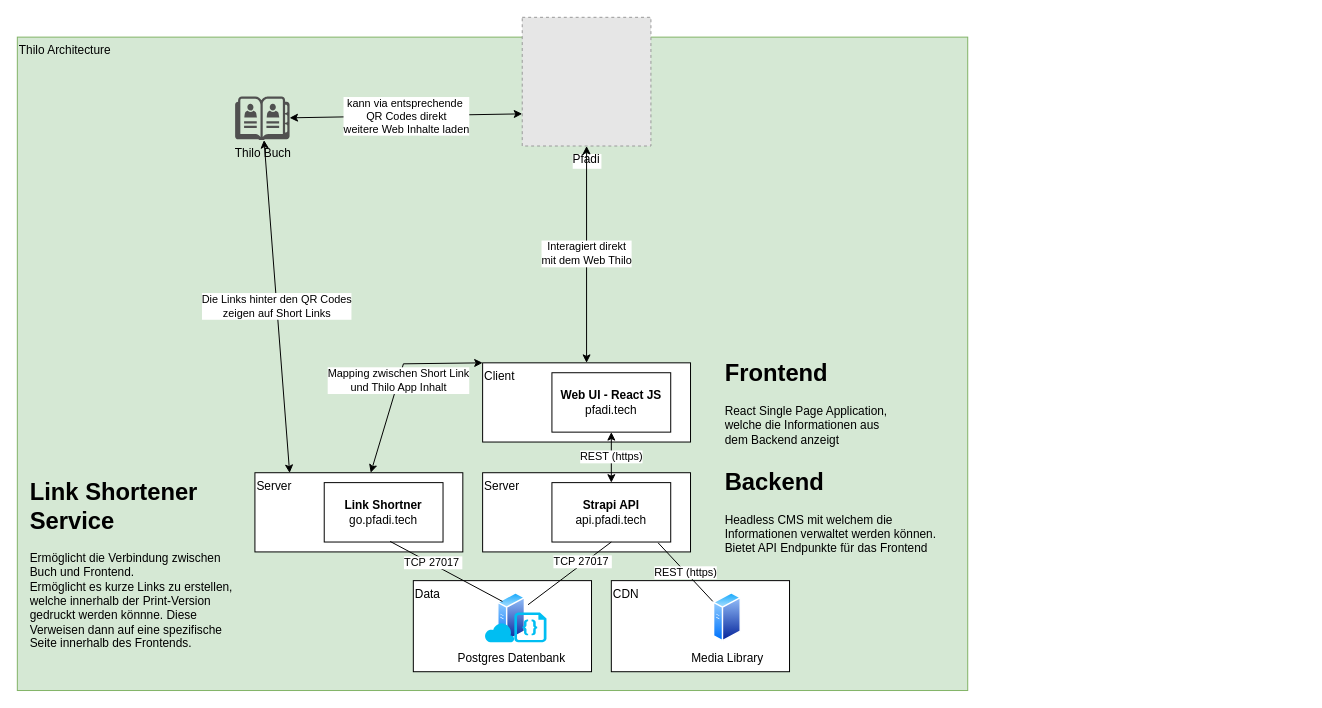
The draw.io diagram documentation/architecture.drawio in scout-ch/thilo, before the edit. Source tidied: cells renumbered, new cells numbered last; positions are measured from the earlier drawing's top-left corner, leaving out a move shared by most shapes. Both pictures are drawn from the tidied source at 99%, with x=0, y=0 at pixel (17, 17). Pictures stored in the file or linked from it are replaced by grey dashed boxes.
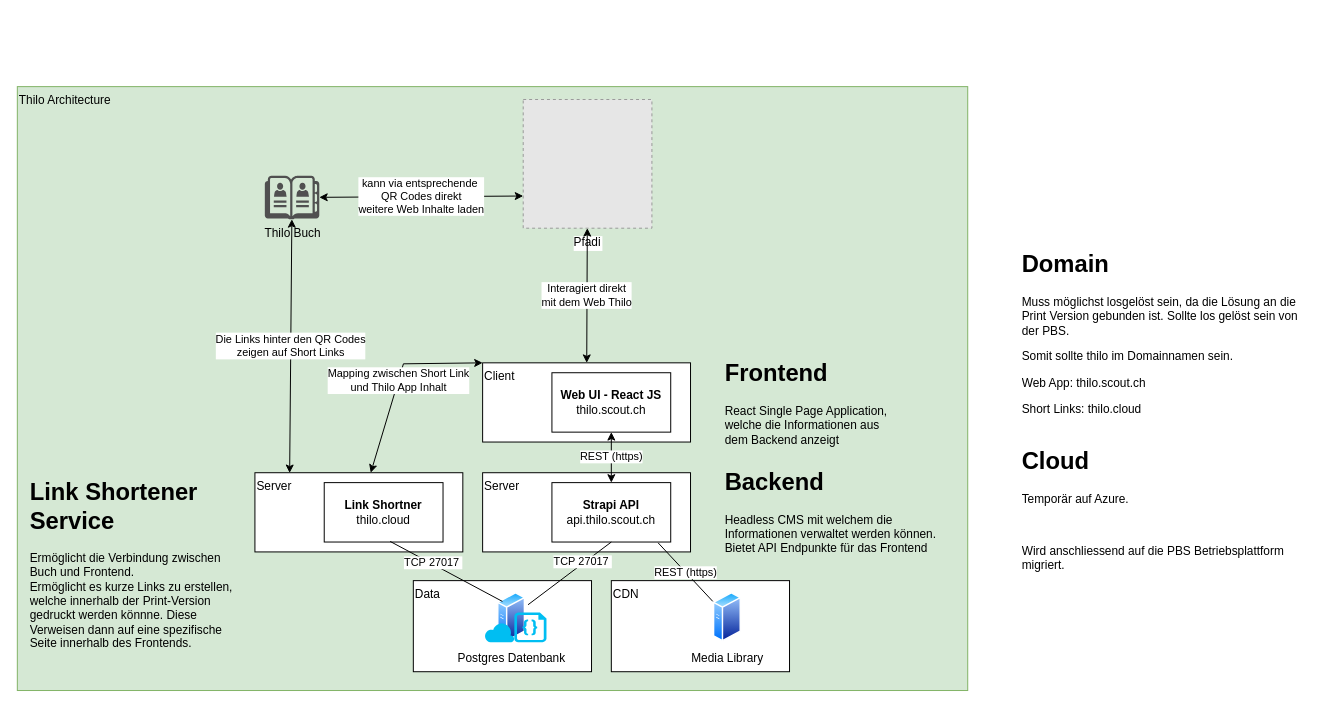
After the change.

What changed in the source:
```diff
@@
     <mxCell id="2" value="Thilo Architecture" style="rounded=0;whiteSpace=wrap;html=1;align=left;verticalAlign=top;fillColor=#d5e8d4;strokeColor=#82b366;" parent="1" vertex="1">
-      <mxGeometry y="20" width="960" height="660" as="geometry" />
+      <mxGeometry y="70" width="960" height="610" as="geometry" />
     </mxCell>
@@
-    <mxCell id="4" value="&lt;b&gt;Web UI - React JS&lt;/b&gt;&lt;br&gt;pfadi.tech" style="rounded=0;whiteSpace=wrap;html=1;align=center;verticalAlign=middle;" parent="1" vertex="1">
+    <mxCell id="4" value="&lt;b&gt;Web UI - React JS&lt;/b&gt;&lt;br&gt;thilo.scout.ch" style="rounded=0;whiteSpace=wrap;html=1;align=center;verticalAlign=middle;" parent="1" vertex="1">
       <mxGeometry x="540" y="359" width="120" height="60" as="geometry" />
     </mxCell>
@@
-    <mxCell id="6" value="&lt;b&gt;Strapi API&lt;br&gt;&lt;/b&gt;api.pfadi.tech" style="rounded=0;whiteSpace=wrap;html=1;align=center;verticalAlign=middle;" parent="1" vertex="1">
+    <mxCell id="6" value="&lt;b&gt;Strapi API&lt;br&gt;&lt;/b&gt;api.thilo.scout.ch" style="rounded=0;whiteSpace=wrap;html=1;align=center;verticalAlign=middle;" parent="1" vertex="1">
       <mxGeometry x="540" y="470" width="120" height="60" as="geometry" />
     </mxCell>
@@
-    <mxCell id="17" value="&lt;b&gt;Link Shortner&lt;br&gt;&lt;/b&gt;go.pfadi.tech" style="rounded=0;whiteSpace=wrap;html=1;align=center;verticalAlign=middle;" parent="1" vertex="1">
+    <mxCell id="17" value="&lt;b&gt;Link Shortner&lt;br&gt;&lt;/b&gt;thilo.cloud" style="rounded=0;whiteSpace=wrap;html=1;align=center;verticalAlign=middle;" parent="1" vertex="1">
       <mxGeometry x="310" y="470" width="120" height="60" as="geometry" />
     </mxCell>
@@
     <mxCell id="22" value="Pfadi" style="fillColor=#E6E6E6;strokeColor=#999999;dashed=1;verticalLabelPosition=bottom;labelBackgroundColor=default;verticalAlign=top;" parent="1" vertex="1">
-      <mxGeometry x="510" width="130" height="130" as="geometry" />
+      <mxGeometry x="511" y="83" width="130" height="130" as="geometry" />
     </mxCell>
     <mxCell id="23" value="Thilo Buch" style="sketch=0;shadow=0;dashed=0;html=1;strokeColor=none;fillColor=#505050;labelPosition=center;verticalLabelPosition=bottom;verticalAlign=top;outlineConnect=0;align=center;shape=mxgraph.office.concepts.address_book;" parent="1" vertex="1">
-      <mxGeometry x="220" y="80" width="55" height="44" as="geometry" />
+      <mxGeometry x="250" y="160" width="55" height="44" as="geometry" />
     </mxCell>
@@
+    <mxCell id="28" value="&lt;h1&gt;Domain&lt;/h1&gt;&lt;p&gt;Muss möglichst losgelöst sein, da die Lösung an die Print Version gebunden ist. Sollte los gelöst sein von der PBS.&lt;/p&gt;&lt;p&gt;Somit sollte thilo im Domainnamen sein.&lt;/p&gt;&lt;p&gt;Web App: thilo.scout.ch&lt;/p&gt;&lt;p&gt;Short Links:&amp;nbsp;thilo.cloud&lt;/p&gt;" style="text;html=1;strokeColor=none;fillColor=none;spacing=5;spacingTop=-20;whiteSpace=wrap;overflow=hidden;rounded=0;" parent="1" vertex="1">
+      <mxGeometry x="1010" y="230" width="290" height="180" as="geometry" />
+    </mxCell>
+    <mxCell id="29" value="&lt;h1&gt;Cloud&lt;/h1&gt;&lt;p&gt;Temporär auf Azure.&lt;/p&gt;&lt;p&gt;&lt;br&gt;&lt;/p&gt;&lt;p&gt;Wird anschliessend auf die PBS Betriebsplattform migriert.&lt;/p&gt;" style="text;html=1;strokeColor=none;fillColor=none;spacing=5;spacingTop=-20;whiteSpace=wrap;overflow=hidden;rounded=0;" parent="1" vertex="1">
+      <mxGeometry x="1010" y="429" width="290" height="180" as="geometry" />
+    </mxCell>
```
